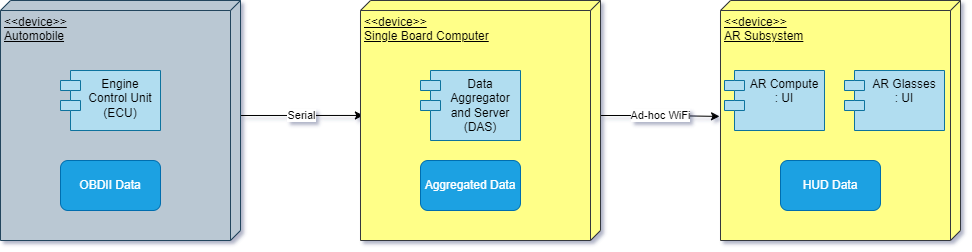
Earlier version of the draw.io export Thesis/Support/Images/DashAR-UML-Deployment.png (TrevorDBrown/MastersThesis). Source tidied: cells renumbered, new cells last; positions are measured from the earlier drawing's top-left corner, leaving out a move shared by most shapes. Source of this version:
```xml
<mxGraphModel>
  <root>
    <mxCell id="0" />
    <mxCell id="1" parent="0" />
    <mxCell id="2" value="Serial" style="edgeStyle=orthogonalEdgeStyle;rounded=0;jettySize=auto;html=1;exitX=0;exitY=0;exitDx=115;exitDy=0;exitPerimeter=0;entryX=0.479;entryY=0.988;entryDx=0;entryDy=0;entryPerimeter=0;" parent="1" edge="1" source="5" target="9">
      <mxGeometry relative="1" as="geometry" />
    </mxCell>
    <mxCell id="3" value="Ad-hoc WiFi" style="edgeStyle=orthogonalEdgeStyle;rounded=0;jettySize=auto;html=1;exitX=0;exitY=0;exitDx=115;exitDy=0;exitPerimeter=0;entryX=0.483;entryY=1.004;entryDx=0;entryDy=0;entryPerimeter=0;" parent="1" edge="1" source="9" target="13">
      <mxGeometry relative="1" as="geometry" />
    </mxCell>
    <mxCell id="4" style="group;" parent="1" vertex="1">
      <mxGeometry width="240" height="240" as="geometry" />
    </mxCell>
    <mxCell id="5" value="&amp;lt;&amp;lt;device&amp;gt;&amp;gt;&lt;div&gt;Automobile&lt;/div&gt;" style="verticalAlign=top;align=left;spacingTop=8;spacingLeft=2;spacingRight=12;shape=cube;size=10;direction=south;fontStyle=4;html=1;whiteSpace=wrap;fillColor=#bac8d3;strokeColor=#23445d;" parent="4" vertex="1">
      <mxGeometry width="240" height="240" as="geometry" />
    </mxCell>
    <mxCell id="6" value="Engine Control Unit (ECU)" style="shape=module;align=left;spacingLeft=20;align=center;verticalAlign=top;whiteSpace=wrap;html=1;fillColor=#b1ddf0;strokeColor=#10739e;perimeterSpacing=1;" parent="4" vertex="1">
      <mxGeometry x="60" y="70" width="100" height="60" as="geometry" />
    </mxCell>
    <mxCell id="7" value="OBDII Data" style="rounded=1;whiteSpace=wrap;html=1;fillColor=#1ba1e2;strokeColor=#006EAF;fontColor=#ffffff;" parent="4" vertex="1">
      <mxGeometry x="60" y="160" width="100" height="50" as="geometry" />
    </mxCell>
    <mxCell id="8" style="group;" parent="1" vertex="1">
      <mxGeometry x="360" width="240" height="240" as="geometry" />
    </mxCell>
    <mxCell id="9" value="&amp;lt;&amp;lt;device&amp;gt;&amp;gt;&lt;div&gt;Single Board Computer&lt;/div&gt;" style="verticalAlign=top;align=left;spacingTop=8;spacingLeft=2;spacingRight=12;shape=cube;size=10;direction=south;fontStyle=4;html=1;whiteSpace=wrap;fillColor=#ffff88;strokeColor=#36393d;" parent="8" vertex="1">
      <mxGeometry width="240" height="240" as="geometry" />
    </mxCell>
    <mxCell id="10" value="Data Aggregator and Server (DAS)" style="shape=module;align=left;spacingLeft=20;align=center;verticalAlign=top;whiteSpace=wrap;html=1;fillColor=#b1ddf0;strokeColor=#10739e;perimeterSpacing=1;" parent="8" vertex="1">
      <mxGeometry x="60" y="70" width="100" height="70" as="geometry" />
    </mxCell>
    <mxCell id="11" value="Aggregated Data" style="rounded=1;whiteSpace=wrap;html=1;fillColor=#1ba1e2;strokeColor=#006EAF;fontColor=#ffffff;" parent="8" vertex="1">
      <mxGeometry x="60" y="160" width="100" height="50" as="geometry" />
    </mxCell>
    <mxCell id="12" style="group;" parent="1" vertex="1">
      <mxGeometry x="720" width="240" height="240" as="geometry" />
    </mxCell>
    <mxCell id="13" value="&amp;lt;&amp;lt;device&amp;gt;&amp;gt;&lt;br&gt;AR Subsystem" style="verticalAlign=top;align=left;spacingTop=8;spacingLeft=2;spacingRight=12;shape=cube;size=10;direction=south;fontStyle=4;html=1;whiteSpace=wrap;fillColor=#ffff88;strokeColor=#36393d;" parent="12" vertex="1">
      <mxGeometry width="240" height="240" as="geometry" />
    </mxCell>
    <mxCell id="14" value="AR Compute&lt;br&gt;: UI" style="shape=module;align=left;spacingLeft=20;align=center;verticalAlign=top;whiteSpace=wrap;html=1;fillColor=#b1ddf0;strokeColor=#10739e;perimeterSpacing=1;" parent="12" vertex="1">
      <mxGeometry x="4" y="70" width="100" height="60" as="geometry" />
    </mxCell>
    <mxCell id="15" value="HUD Data" style="rounded=1;whiteSpace=wrap;html=1;fillColor=#1ba1e2;strokeColor=#006EAF;fontColor=#ffffff;" parent="12" vertex="1">
      <mxGeometry x="60" y="160" width="100" height="50" as="geometry" />
    </mxCell>
    <mxCell id="16" value="AR Glasses&lt;br&gt;: UI" style="shape=module;align=left;spacingLeft=20;align=center;verticalAlign=top;whiteSpace=wrap;html=1;fillColor=#b1ddf0;strokeColor=#10739e;perimeterSpacing=1;" parent="12" vertex="1">
      <mxGeometry x="124" y="70" width="100" height="60" as="geometry" />
    </mxCell>
  </root>
</mxGraphModel>
```
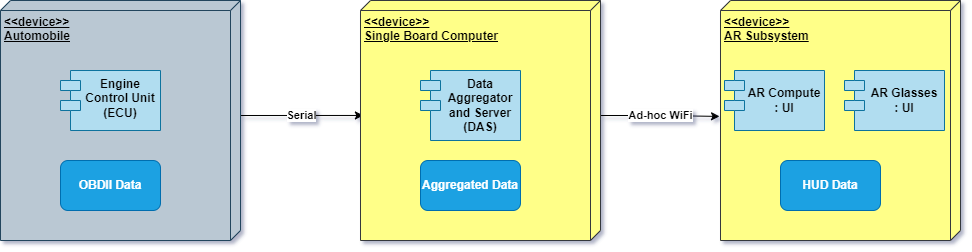
After the change.

Diff of the diagram source:
```diff
@@ -2,49 +2,49 @@
   <root>
     <mxCell id="0" />
     <mxCell id="1" parent="0" />
-    <mxCell id="2" value="Serial" style="edgeStyle=orthogonalEdgeStyle;rounded=0;jettySize=auto;html=1;exitX=0;exitY=0;exitDx=115;exitDy=0;exitPerimeter=0;entryX=0.479;entryY=0.988;entryDx=0;entryDy=0;entryPerimeter=0;" parent="1" edge="1" source="5" target="9">
+    <mxCell id="2" value="Serial" style="edgeStyle=orthogonalEdgeStyle;rounded=0;jettySize=auto;html=1;exitX=0;exitY=0;exitDx=115;exitDy=0;exitPerimeter=0;entryX=0.479;entryY=0.988;entryDx=0;entryDy=0;entryPerimeter=0;fontStyle=1;" parent="1" edge="1" source="5" target="9">
       <mxGeometry relative="1" as="geometry" />
     </mxCell>
-    <mxCell id="3" value="Ad-hoc WiFi" style="edgeStyle=orthogonalEdgeStyle;rounded=0;jettySize=auto;html=1;exitX=0;exitY=0;exitDx=115;exitDy=0;exitPerimeter=0;entryX=0.483;entryY=1.004;entryDx=0;entryDy=0;entryPerimeter=0;" parent="1" edge="1" source="9" target="13">
+    <mxCell id="3" value="Ad-hoc WiFi" style="edgeStyle=orthogonalEdgeStyle;rounded=0;jettySize=auto;html=1;exitX=0;exitY=0;exitDx=115;exitDy=0;exitPerimeter=0;entryX=0.483;entryY=1.004;entryDx=0;entryDy=0;entryPerimeter=0;fontStyle=1;" parent="1" edge="1" source="9" target="13">
       <mxGeometry relative="1" as="geometry" />
     </mxCell>
-    <mxCell id="4" style="group;" parent="1" vertex="1">
+    <mxCell id="4" style="group;fontStyle=1;" parent="1" vertex="1">
       <mxGeometry width="240" height="240" as="geometry" />
     </mxCell>
-    <mxCell id="5" value="&amp;lt;&amp;lt;device&amp;gt;&amp;gt;&lt;div&gt;Automobile&lt;/div&gt;" style="verticalAlign=top;align=left;spacingTop=8;spacingLeft=2;spacingRight=12;shape=cube;size=10;direction=south;fontStyle=4;html=1;whiteSpace=wrap;fillColor=#bac8d3;strokeColor=#23445d;" parent="4" vertex="1">
+    <mxCell id="5" value="&lt;b&gt;&amp;lt;&amp;lt;device&amp;gt;&amp;gt;&lt;/b&gt;&lt;div&gt;&lt;b&gt;Automobile&lt;/b&gt;&lt;/div&gt;" style="verticalAlign=top;align=left;spacingTop=8;spacingLeft=2;spacingRight=12;shape=cube;size=10;direction=south;fontStyle=4;html=1;whiteSpace=wrap;fillColor=#bac8d3;strokeColor=#23445d;" parent="4" vertex="1">
       <mxGeometry width="240" height="240" as="geometry" />
     </mxCell>
-    <mxCell id="6" value="Engine Control Unit (ECU)" style="shape=module;align=left;spacingLeft=20;align=center;verticalAlign=top;whiteSpace=wrap;html=1;fillColor=#b1ddf0;strokeColor=#10739e;perimeterSpacing=1;" parent="4" vertex="1">
+    <mxCell id="6" value="Engine Control Unit (ECU)" style="shape=module;align=left;spacingLeft=20;align=center;verticalAlign=top;whiteSpace=wrap;html=1;fillColor=#b1ddf0;strokeColor=#10739e;perimeterSpacing=1;fontStyle=1;" parent="4" vertex="1">
       <mxGeometry x="60" y="70" width="100" height="60" as="geometry" />
     </mxCell>
-    <mxCell id="7" value="OBDII Data" style="rounded=1;whiteSpace=wrap;html=1;fillColor=#1ba1e2;strokeColor=#006EAF;fontColor=#ffffff;" parent="4" vertex="1">
+    <mxCell id="7" value="OBDII Data" style="rounded=1;whiteSpace=wrap;html=1;fillColor=#1ba1e2;strokeColor=#006EAF;fontColor=#ffffff;fontStyle=1;" parent="4" vertex="1">
       <mxGeometry x="60" y="160" width="100" height="50" as="geometry" />
     </mxCell>
-    <mxCell id="8" style="group;" parent="1" vertex="1">
+    <mxCell id="8" style="group;fontStyle=0;" parent="1" vertex="1">
       <mxGeometry x="360" width="240" height="240" as="geometry" />
     </mxCell>
-    <mxCell id="9" value="&amp;lt;&amp;lt;device&amp;gt;&amp;gt;&lt;div&gt;Single Board Computer&lt;/div&gt;" style="verticalAlign=top;align=left;spacingTop=8;spacingLeft=2;spacingRight=12;shape=cube;size=10;direction=south;fontStyle=4;html=1;whiteSpace=wrap;fillColor=#ffff88;strokeColor=#36393d;" parent="8" vertex="1">
+    <mxCell id="9" value="&lt;b&gt;&amp;lt;&amp;lt;device&amp;gt;&amp;gt;&lt;/b&gt;&lt;div&gt;&lt;b&gt;Single Board Computer&lt;/b&gt;&lt;/div&gt;" style="verticalAlign=top;align=left;spacingTop=8;spacingLeft=2;spacingRight=12;shape=cube;size=10;direction=south;fontStyle=4;html=1;whiteSpace=wrap;fillColor=#ffff88;strokeColor=#36393d;" parent="8" vertex="1">
       <mxGeometry width="240" height="240" as="geometry" />
     </mxCell>
-    <mxCell id="10" value="Data Aggregator and Server (DAS)" style="shape=module;align=left;spacingLeft=20;align=center;verticalAlign=top;whiteSpace=wrap;html=1;fillColor=#b1ddf0;strokeColor=#10739e;perimeterSpacing=1;" parent="8" vertex="1">
+    <mxCell id="10" value="Data Aggregator and Server (DAS)" style="shape=module;align=left;spacingLeft=20;align=center;verticalAlign=top;whiteSpace=wrap;html=1;fillColor=#b1ddf0;strokeColor=#10739e;perimeterSpacing=1;fontStyle=1;" parent="8" vertex="1">
       <mxGeometry x="60" y="70" width="100" height="70" as="geometry" />
     </mxCell>
-    <mxCell id="11" value="Aggregated Data" style="rounded=1;whiteSpace=wrap;html=1;fillColor=#1ba1e2;strokeColor=#006EAF;fontColor=#ffffff;" parent="8" vertex="1">
+    <mxCell id="11" value="Aggregated Data" style="rounded=1;whiteSpace=wrap;html=1;fillColor=#1ba1e2;strokeColor=#006EAF;fontColor=#ffffff;fontStyle=1;" parent="8" vertex="1">
       <mxGeometry x="60" y="160" width="100" height="50" as="geometry" />
     </mxCell>
-    <mxCell id="12" style="group;" parent="1" vertex="1">
+    <mxCell id="12" style="group;verticalAlign=middle;fontStyle=0;" parent="1" vertex="1">
       <mxGeometry x="720" width="240" height="240" as="geometry" />
     </mxCell>
-    <mxCell id="13" value="&amp;lt;&amp;lt;device&amp;gt;&amp;gt;&lt;br&gt;AR Subsystem" style="verticalAlign=top;align=left;spacingTop=8;spacingLeft=2;spacingRight=12;shape=cube;size=10;direction=south;fontStyle=4;html=1;whiteSpace=wrap;fillColor=#ffff88;strokeColor=#36393d;" parent="12" vertex="1">
+    <mxCell id="13" value="&lt;b&gt;&amp;lt;&amp;lt;device&amp;gt;&amp;gt;&lt;br&gt;AR Subsystem&lt;/b&gt;" style="verticalAlign=top;align=left;spacingTop=8;spacingLeft=2;spacingRight=12;shape=cube;size=10;direction=south;fontStyle=4;html=1;whiteSpace=wrap;fillColor=#ffff88;strokeColor=#36393d;" parent="12" vertex="1">
       <mxGeometry width="240" height="240" as="geometry" />
     </mxCell>
-    <mxCell id="14" value="AR Compute&lt;br&gt;: UI" style="shape=module;align=left;spacingLeft=20;align=center;verticalAlign=top;whiteSpace=wrap;html=1;fillColor=#b1ddf0;strokeColor=#10739e;perimeterSpacing=1;" parent="12" vertex="1">
+    <mxCell id="14" value="AR Compute&lt;br&gt;: UI" style="shape=module;align=left;spacingLeft=20;align=center;verticalAlign=middle;whiteSpace=wrap;html=1;fillColor=#b1ddf0;strokeColor=#10739e;perimeterSpacing=1;fontStyle=1;" parent="12" vertex="1">
       <mxGeometry x="4" y="70" width="100" height="60" as="geometry" />
     </mxCell>
-    <mxCell id="15" value="HUD Data" style="rounded=1;whiteSpace=wrap;html=1;fillColor=#1ba1e2;strokeColor=#006EAF;fontColor=#ffffff;" parent="12" vertex="1">
+    <mxCell id="15" value="HUD Data" style="rounded=1;whiteSpace=wrap;html=1;fillColor=#1ba1e2;strokeColor=#006EAF;fontColor=#ffffff;fontStyle=1;" parent="12" vertex="1">
       <mxGeometry x="60" y="160" width="100" height="50" as="geometry" />
     </mxCell>
-    <mxCell id="16" value="AR Glasses&lt;br&gt;: UI" style="shape=module;align=left;spacingLeft=20;align=center;verticalAlign=top;whiteSpace=wrap;html=1;fillColor=#b1ddf0;strokeColor=#10739e;perimeterSpacing=1;" parent="12" vertex="1">
+    <mxCell id="16" value="AR Glasses&lt;br&gt;: UI" style="shape=module;align=left;spacingLeft=20;align=center;verticalAlign=middle;whiteSpace=wrap;html=1;fillColor=#b1ddf0;strokeColor=#10739e;perimeterSpacing=1;fontStyle=1;" parent="12" vertex="1">
       <mxGeometry x="124" y="70" width="100" height="60" as="geometry" />
     </mxCell>
   </root>
```
